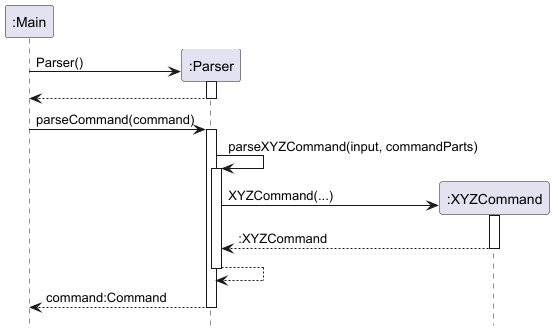
The PlantUML diagram docs/images/CommandParsingSequenceDiagram.png in nus-cs2113-AY2425S1/tp, before a commit.
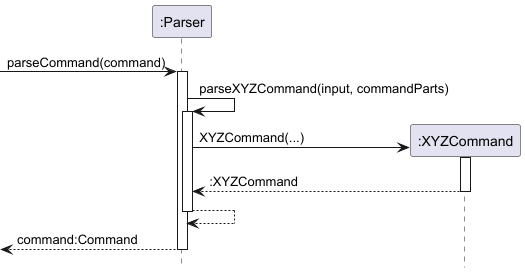
After the change.

Change to the diagram source:
```diff
@@ -2,16 +2,10 @@
 !include style.puml
 hide footbox
 
-participant ":Main" as main
 participant ":Parser"  as parser
 participant ":XYZCommand" as xyzCommand
 
-create parser
-main -> parser : Parser()
-activate parser
-return
-
-main -> parser : parseCommand(command)
+[-> parser : parseCommand(command)
 activate parser
 
 parser -> parser : parseXYZCommand(input, commandParts)
@@ -23,7 +17,6 @@
 return :XYZCommand
 return
 
-parser --> main : command:Command
-deactivate parser
+return command:Command
 
 @enduml
```
